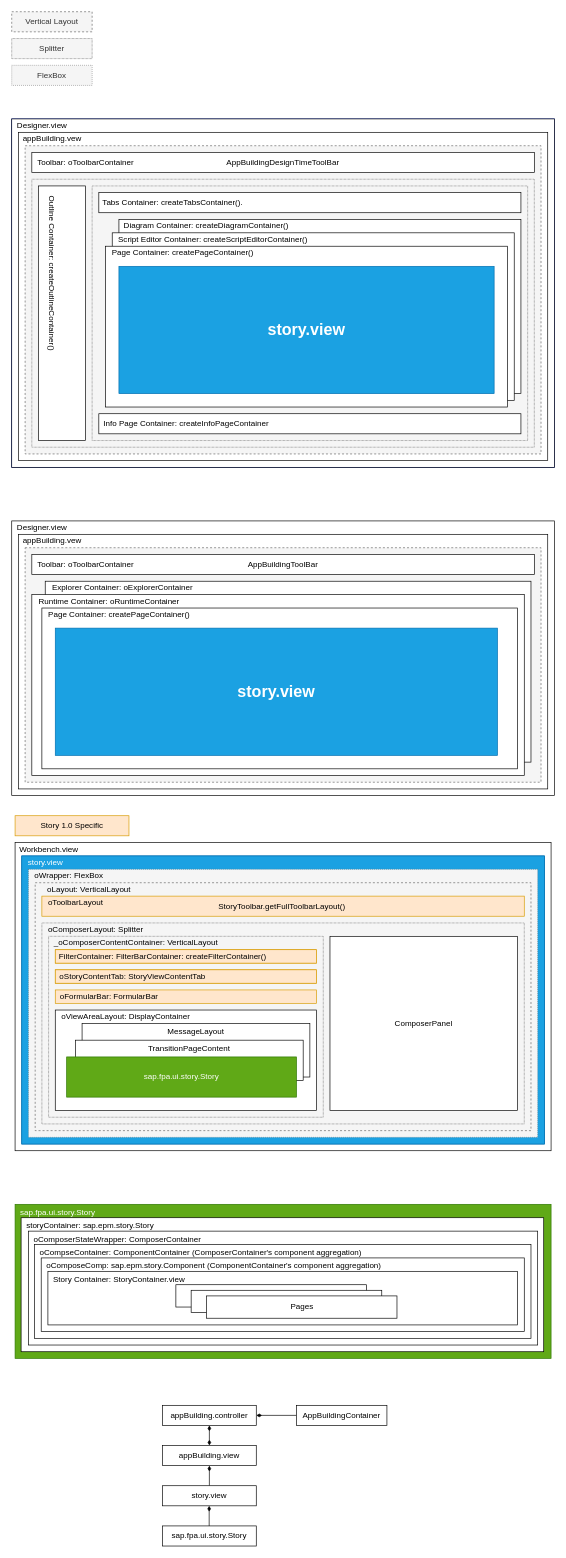
windsonic/files keeps this draw.io diagram as Application.drawio. Above is the earlier version. Source tidied: cells renumbered, new cells numbered last; positions are measured from the earlier drawing's top-left corner, leaving out a move shared by most shapes. Both pictures are drawn from the tidied source at 67%, with x=0, y=0 at pixel (-32, 11).
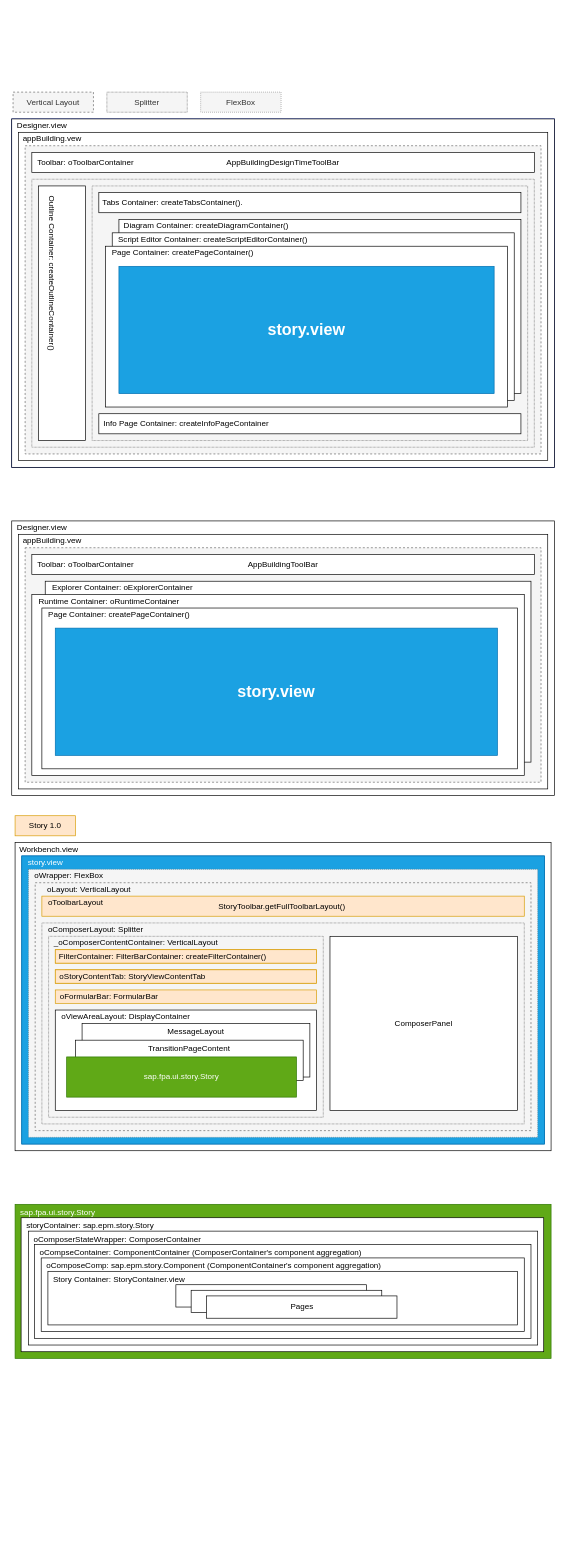
The same diagram, later.

The edit, as a diff of the source:
```diff
@@
     <mxCell id="2" value="Vertical Layout" style="rounded=0;whiteSpace=wrap;html=1;dashed=1;fillColor=#f5f5f5;strokeColor=#666666;fontColor=#333333;" parent="1" vertex="1">
-      <mxGeometry x="65" width="120" height="30" as="geometry" />
+      <mxGeometry x="67" y="120" width="120" height="30" as="geometry" />
     </mxCell>
     <mxCell id="3" value="Splitter" style="rounded=0;whiteSpace=wrap;html=1;dashed=1;fillColor=#f5f5f5;strokeColor=#666666;dashPattern=1 1;fontColor=#333333;" parent="1" vertex="1">
-      <mxGeometry x="65" y="40" width="120" height="30" as="geometry" />
+      <mxGeometry x="207" y="120" width="120" height="30" as="geometry" />
     </mxCell>
@@
     <mxCell id="57" value="FlexBox" style="rounded=0;whiteSpace=wrap;html=1;fillColor=#f5f5f5;fontColor=#333333;strokeColor=#666666;dashed=1;dashPattern=1 2;" parent="1" vertex="1">
-      <mxGeometry x="65" y="80" width="120" height="30" as="geometry" />
+      <mxGeometry x="347" y="120" width="120" height="30" as="geometry" />
     </mxCell>
@@
-    <mxCell id="85" value="Story 1.0 Specific" style="rounded=0;whiteSpace=wrap;html=1;fillColor=#ffe6cc;strokeColor=#d79b00;" parent="1" vertex="1">
-      <mxGeometry x="70" y="1200" width="170" height="30" as="geometry" />
+    <mxCell id="85" value="Story 1.0" style="rounded=0;whiteSpace=wrap;html=1;fillColor=#ffe6cc;strokeColor=#d79b00;" parent="1" vertex="1">
+      <mxGeometry x="70" y="1200" width="90" height="30" as="geometry" />
     </mxCell>
-    <mxCell id="86" value="&lt;font color=&quot;#000000&quot;&gt;appBuilding.controller&lt;/font&gt;" style="rounded=0;whiteSpace=wrap;html=1;fontColor=#FFFFFF;" parent="1" vertex="1">
-      <mxGeometry x="290" y="2080" width="140" height="30" as="geometry" />
-    </mxCell>
-    <mxCell id="87" style="rounded=0;jettySize=auto;html=1;fontColor=#000000;entryX=0.5;entryY=1;entryDx=0;entryDy=0;endArrow=diamondThin;endFill=1;strokeColor=default;startArrow=diamondThin;startFill=1;exitX=0.5;exitY=0;exitDx=0;exitDy=0;" parent="1" edge="1" source="88" target="86">
-      <mxGeometry relative="1" as="geometry" />
-    </mxCell>
-    <mxCell id="88" value="&lt;font color=&quot;#000000&quot;&gt;appBuilding.view&lt;/font&gt;" style="rounded=0;whiteSpace=wrap;html=1;fontColor=#FFFFFF;" parent="1" vertex="1">
-      <mxGeometry x="290" y="2140" width="140" height="30" as="geometry" />
-    </mxCell>
-    <mxCell id="89" style="edgeStyle=none;rounded=0;jettySize=auto;html=1;fontColor=#000000;endArrow=diamondThin;endFill=1;" parent="1" edge="1" source="90" target="86">
-      <mxGeometry relative="1" as="geometry" />
-    </mxCell>
-    <mxCell id="90" value="&lt;font color=&quot;#000000&quot;&gt;AppBuildingContainer&lt;/font&gt;" style="rounded=0;whiteSpace=wrap;html=1;fontColor=#FFFFFF;" parent="1" vertex="1">
-      <mxGeometry x="490" y="2080" width="135" height="30" as="geometry" />
-    </mxCell>
-    <mxCell id="91" style="edgeStyle=none;rounded=0;jettySize=auto;html=1;entryX=0.5;entryY=1;entryDx=0;entryDy=0;fontColor=#000000;startArrow=none;startFill=0;endArrow=diamondThin;endFill=1;strokeColor=default;" parent="1" edge="1" source="92" target="88">
-      <mxGeometry relative="1" as="geometry" />
-    </mxCell>
-    <mxCell id="92" value="story.view" style="rounded=0;whiteSpace=wrap;html=1;fontColor=#000000;" parent="1" vertex="1">
-      <mxGeometry x="290" y="2200" width="140" height="30" as="geometry" />
-    </mxCell>
-    <mxCell id="93" value="sap.fpa.ui.story.Story" style="rounded=0;whiteSpace=wrap;html=1;fontColor=#000000;" parent="1" vertex="1">
-      <mxGeometry x="290" y="2260" width="140" height="30" as="geometry" />
-    </mxCell>
-    <mxCell id="94" style="edgeStyle=none;rounded=0;orthogonalLoop=1;jettySize=auto;html=1;entryX=0.5;entryY=1;entryDx=0;entryDy=0;fontColor=#000000;startArrow=none;startFill=0;endArrow=diamondThin;endFill=1;strokeColor=default;" parent="1" edge="1">
-      <mxGeometry relative="1" as="geometry">
-        <mxPoint x="359.7" y="2260" as="sourcePoint" />
-        <mxPoint x="359.7" y="2230" as="targetPoint" />
-      </mxGeometry>
-    </mxCell>
```
